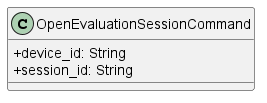
This is src/PB/DocumentazioneEsterna/Specifica_Tecnica/content/uml/png/Session/OpenEvaluationSessionCommand.png from GroupRubberDuck/Documentazione, a PlantUML export, as it was before one commit. Source of this version:
```plantuml
@startuml
skinparam classAttributeIconSize 0
    class OpenEvaluationSessionCommand {
        + device_id: String
        + session_id: String
    }
@enduml
```
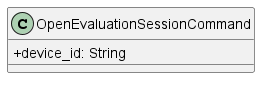
After the change.

Change to the diagram source:
```diff
@@ -2,6 +2,5 @@
 skinparam classAttributeIconSize 0
     class OpenEvaluationSessionCommand {
         + device_id: String
-        + session_id: String
     }
 @enduml
```
